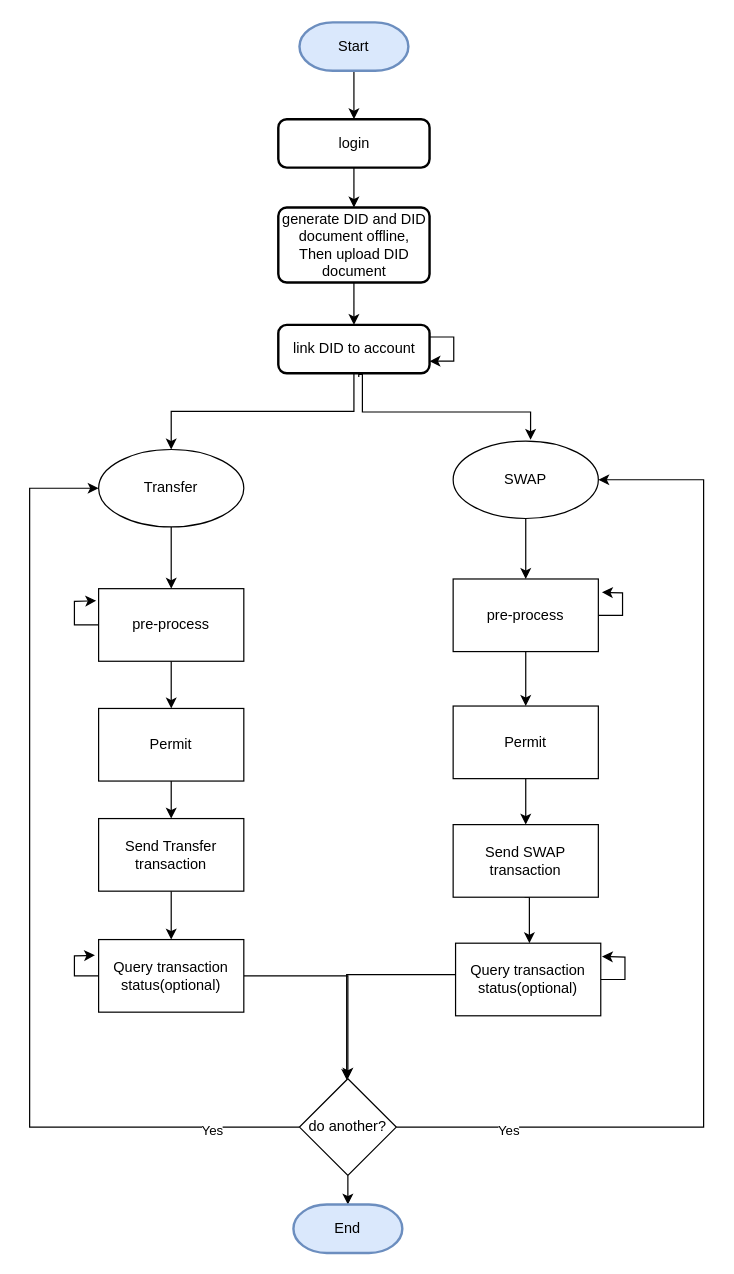
The draw.io diagram media/BN_flow.drawio in UDPN/BN-Sandbox-selfservice-public, before the edit. Source tidied: cells renumbered, new cells numbered last; positions are measured from the earlier drawing's top-left corner, leaving out a move shared by most shapes. Both pictures are drawn from the tidied source at 121%, with x=0, y=0 at pixel (29, 22).
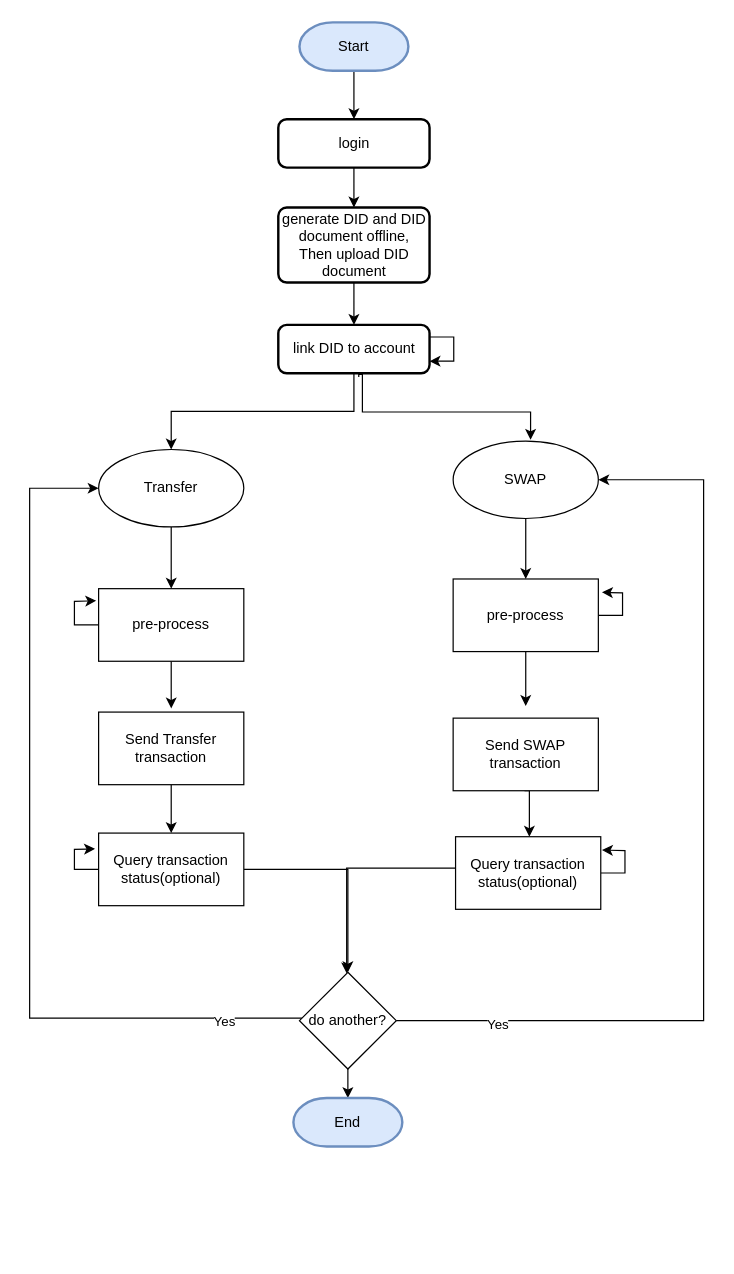
The same page after the edit.

Commit message (it also covers changes not shown here):
permit api is not deperated in current version

Unchanged cells that the change refers to:
```xml
<mxCell id="12" value="Transfer" style="ellipse;whiteSpace=wrap;html=1;" parent="1" vertex="1">
  <mxGeometry x="57" y="353" width="120" height="64" as="geometry" />
</mxCell>
<mxCell id="14" value="SWAP" style="ellipse;whiteSpace=wrap;html=1;" parent="1" vertex="1">
  <mxGeometry x="350" y="346" width="120" height="64" as="geometry" />
</mxCell>
<mxCell id="17" value="pre-process" style="rounded=0;whiteSpace=wrap;html=1;" parent="1" vertex="1">
  <mxGeometry x="57" y="468" width="120" height="60" as="geometry" />
</mxCell>
<mxCell id="20" value="pre-process" style="rounded=0;whiteSpace=wrap;html=1;" parent="1" vertex="1">
  <mxGeometry x="350" y="460" width="120" height="60" as="geometry" />
</mxCell>
```

Change to the diagram source:
```diff
@@
-    <mxCell id="15" style="edgeStyle=orthogonalEdgeStyle;rounded=0;jettySize=auto;html=1;entryX=0.5;entryY=0;entryDx=0;entryDy=0;" parent="1" edge="1" source="17" target="22">
-      <mxGeometry relative="1" as="geometry" />
+    <mxCell id="15" style="edgeStyle=orthogonalEdgeStyle;rounded=0;jettySize=auto;html=1;entryX=0.5;entryY=0;entryDx=0;entryDy=0;" parent="1" edge="1" source="17">
+      <mxGeometry relative="1" as="geometry">
+        <mxPoint x="117" y="567" as="targetPoint" />
+      </mxGeometry>
     </mxCell>
@@
-    <mxCell id="18" style="edgeStyle=orthogonalEdgeStyle;rounded=0;jettySize=auto;html=1;entryX=0.5;entryY=0;entryDx=0;entryDy=0;" parent="1" edge="1" source="20" target="24">
-      <mxGeometry relative="1" as="geometry" />
+    <mxCell id="18" style="edgeStyle=orthogonalEdgeStyle;rounded=0;jettySize=auto;html=1;entryX=0.5;entryY=0;entryDx=0;entryDy=0;" parent="1" edge="1" source="20">
+      <mxGeometry relative="1" as="geometry">
+        <mxPoint x="410" y="565" as="targetPoint" />
+      </mxGeometry>
     </mxCell>
@@
-    <mxCell id="21" style="edgeStyle=orthogonalEdgeStyle;rounded=0;jettySize=auto;html=1;entryX=0.5;entryY=0;entryDx=0;entryDy=0;" parent="1" edge="1" source="22" target="26">
-      <mxGeometry relative="1" as="geometry" />
-    </mxCell>
-    <mxCell id="22" value="Permit" style="rounded=0;whiteSpace=wrap;html=1;" parent="1" vertex="1">
-      <mxGeometry x="57" y="567" width="120" height="60" as="geometry" />
-    </mxCell>
-    <mxCell id="23" style="edgeStyle=orthogonalEdgeStyle;rounded=0;jettySize=auto;html=1;entryX=0.5;entryY=0;entryDx=0;entryDy=0;" parent="1" edge="1" source="24" target="28">
-      <mxGeometry relative="1" as="geometry" />
-    </mxCell>
-    <mxCell id="24" value="Permit" style="rounded=0;whiteSpace=wrap;html=1;" parent="1" vertex="1">
-      <mxGeometry x="350" y="565" width="120" height="60" as="geometry" />
-    </mxCell>
@@
     <mxCell id="26" value="Send Transfer transaction" style="rounded=0;whiteSpace=wrap;html=1;" parent="1" vertex="1">
-      <mxGeometry x="57" y="658" width="120" height="60" as="geometry" />
+      <mxGeometry x="57" y="570" width="120" height="60" as="geometry" />
     </mxCell>
     <mxCell id="27" style="edgeStyle=orthogonalEdgeStyle;rounded=0;orthogonalLoop=1;jettySize=auto;html=1;entryX=0.5;entryY=0;entryDx=0;entryDy=0;" parent="1" edge="1">
       <mxGeometry relative="1" as="geometry">
-        <mxPoint x="409" y="723" as="sourcePoint" />
-        <mxPoint x="413" y="761" as="targetPoint" />
+        <mxPoint x="409" y="635" as="sourcePoint" />
+        <mxPoint x="413" y="673" as="targetPoint" />
       </mxGeometry>
     </mxCell>
     <mxCell id="28" value="Send SWAP transaction" style="rounded=0;whiteSpace=wrap;html=1;" parent="1" vertex="1">
-      <mxGeometry x="350" y="663" width="120" height="60" as="geometry" />
+      <mxGeometry x="350" y="575" width="120" height="60" as="geometry" />
     </mxCell>
     <mxCell id="29" style="edgeStyle=orthogonalEdgeStyle;rounded=0;jettySize=auto;html=1;" parent="1" edge="1" source="31">
       <mxGeometry relative="1" as="geometry">
-        <mxPoint x="54" y="771" as="targetPoint" />
+        <mxPoint x="54" y="683" as="targetPoint" />
       </mxGeometry>
     </mxCell>
@@
     <mxCell id="31" value="Query transaction status(optional)" style="rounded=0;whiteSpace=wrap;html=1;" parent="1" vertex="1">
-      <mxGeometry x="57" y="758" width="120" height="60" as="geometry" />
+      <mxGeometry x="57" y="670" width="120" height="60" as="geometry" />
     </mxCell>
     <mxCell id="32" style="edgeStyle=orthogonalEdgeStyle;rounded=0;jettySize=auto;html=1;" parent="1" edge="1" source="34">
       <mxGeometry relative="1" as="geometry">
-        <mxPoint x="473" y="772" as="targetPoint" />
+        <mxPoint x="473" y="684" as="targetPoint" />
       </mxGeometry>
     </mxCell>
     <mxCell id="33" style="edgeStyle=orthogonalEdgeStyle;rounded=0;jettySize=auto;html=1;" parent="1" edge="1" source="34">
       <mxGeometry relative="1" as="geometry">
-        <mxPoint x="262" y="874" as="targetPoint" />
+        <mxPoint x="262" y="786" as="targetPoint" />
         <Array as="points">
-          <mxPoint x="262" y="787" />
+          <mxPoint x="262" y="699" />
         </Array>
       </mxGeometry>
     </mxCell>
     <mxCell id="34" value="Query transaction status(optional)" style="rounded=0;whiteSpace=wrap;html=1;" parent="1" vertex="1">
-      <mxGeometry x="352" y="761" width="120" height="60" as="geometry" />
+      <mxGeometry x="352" y="673" width="120" height="60" as="geometry" />
     </mxCell>
@@
     <mxCell id="36" style="edgeStyle=orthogonalEdgeStyle;rounded=0;jettySize=auto;html=1;entryX=1;entryY=0.5;entryDx=0;entryDy=0;" parent="1" edge="1" source="41" target="14">
       <mxGeometry relative="1" as="geometry">
         <Array as="points">
-          <mxPoint x="557" y="913" />
+          <mxPoint x="557" y="825" />
           <mxPoint x="557" y="378" />
         </Array>
       </mxGeometry>
     </mxCell>
@@
     <mxCell id="38" style="edgeStyle=orthogonalEdgeStyle;rounded=0;jettySize=auto;html=1;entryX=0;entryY=0.5;entryDx=0;entryDy=0;" parent="1" edge="1" source="41" target="12">
       <mxGeometry relative="1" as="geometry">
         <Array as="points">
-          <mxPoint y="913" />
+          <mxPoint y="823" />
           <mxPoint y="385" />
         </Array>
       </mxGeometry>
     </mxCell>
@@
     <mxCell id="41" value="do another?" style="rhombus;whiteSpace=wrap;html=1;" parent="1" vertex="1">
-      <mxGeometry x="223" y="873" width="80" height="80" as="geometry" />
+      <mxGeometry x="223" y="785" width="80" height="80" as="geometry" />
     </mxCell>
     <mxCell id="42" value="End" style="strokeWidth=2;html=1;shape=mxgraph.flowchart.terminator;whiteSpace=wrap;fillColor=#dae8fc;strokeColor=#6c8ebf;" parent="1" vertex="1">
-      <mxGeometry x="218" y="977" width="90" height="40" as="geometry" />
+      <mxGeometry x="218" y="889" width="90" height="40" as="geometry" />
     </mxCell>
```
